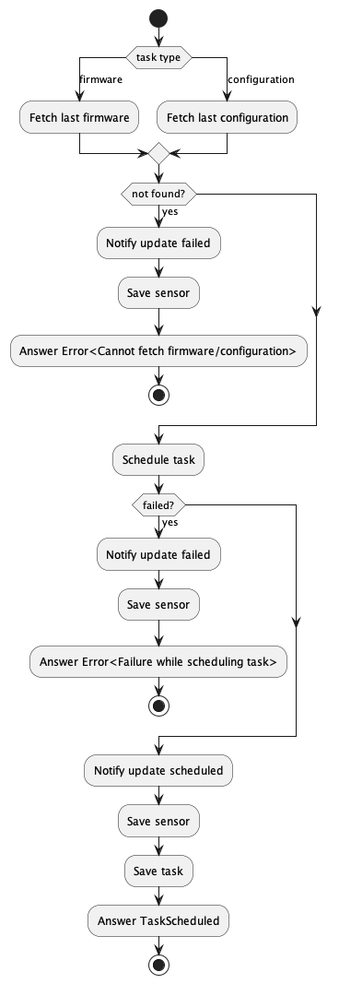
Above: docs/images/ActivityDiagramScheduleTask.png in AboutCodingBE/validation-excercise (PlantUML), before the change.
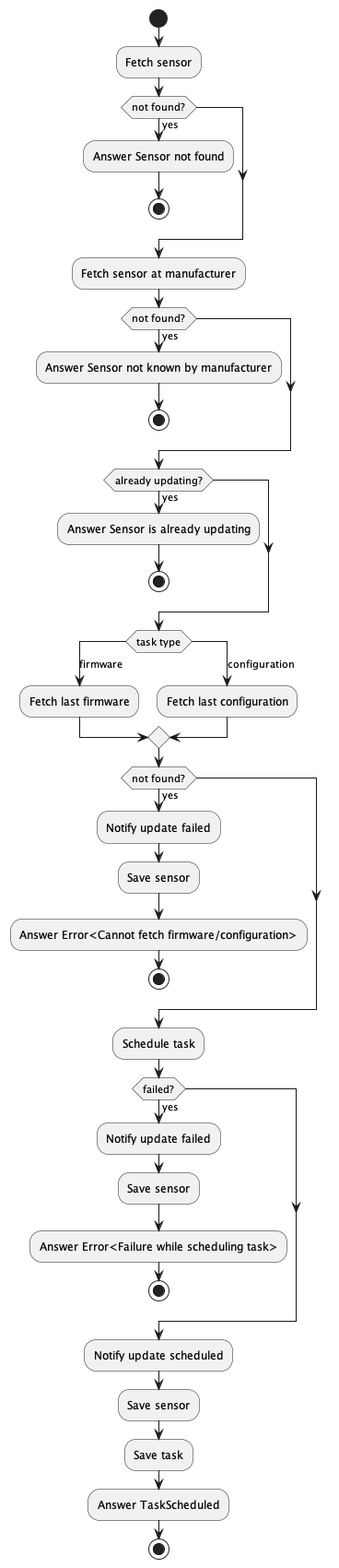
Above is the later version.

Commit message:
Refreshed diagram images for docs

Diff of the diagram source:
```diff
@@ -1,12 +1,31 @@
 @startuml
 start
+
+:Fetch sensor;
+
+if (not found?) then (yes)
+  :Answer Sensor not found;
+  stop
+endif
+
+:Fetch sensor at manufacturer;
+
+if (not found?) then (yes)
+  :Answer Sensor not known by manufacturer;
+  stop
+endif
+
+if (already updating?) then (yes)
+  :Answer Sensor is already updating;
+  stop
+endif
+
 switch (task type)
+    case (firmware)
+      :Fetch last firmware;
 
-case (firmware)
-  :Fetch last firmware;
-
-case (configuration)
-  :Fetch last configuration;
+    case (configuration)
+      :Fetch last configuration;
 
 endswitch
 
```
